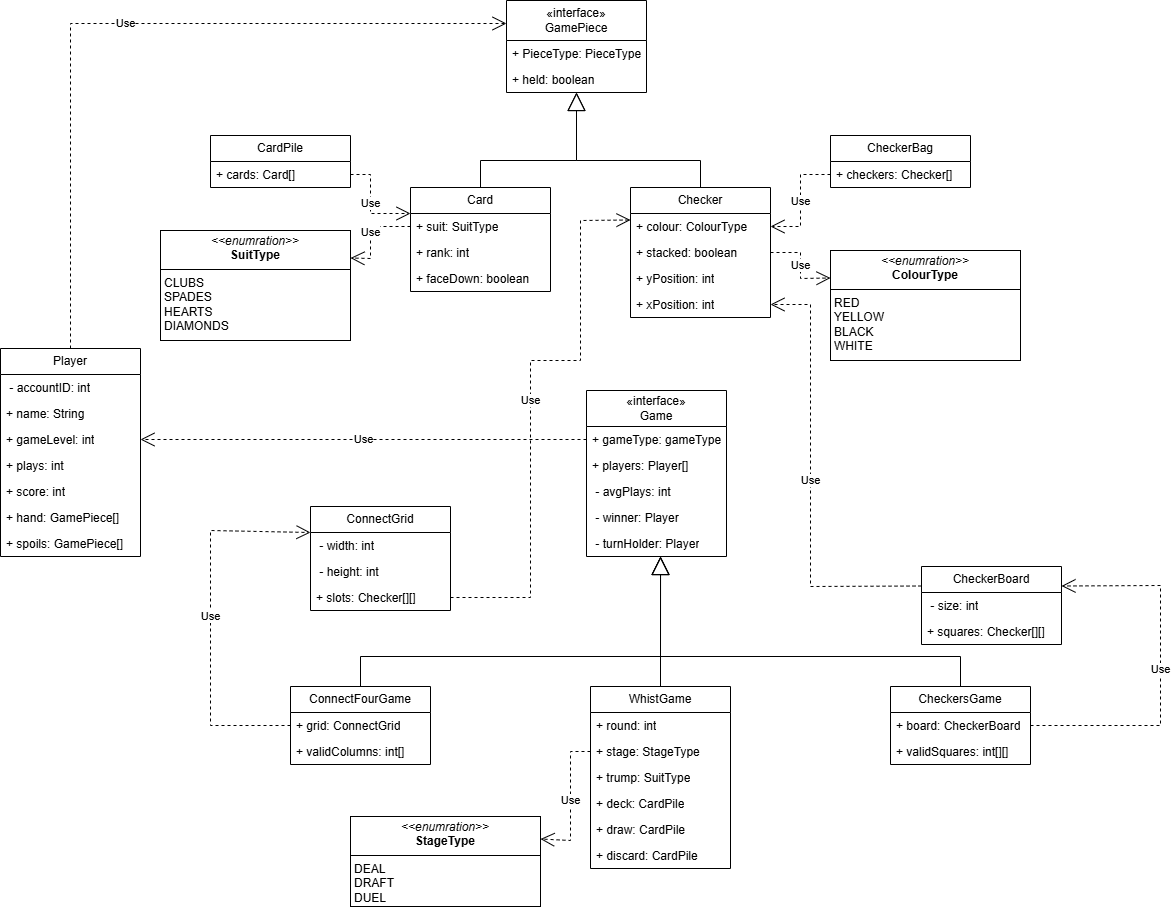
The draw.io diagram docs/diagrams/structure/class_diagram.drawio.png in ClementLuo299/OMGPlatformClient, before a commit. Source tidied: cells renumbered, new cells last; positions are measured from the earlier drawing's top-left corner, leaving out a move shared by most shapes.
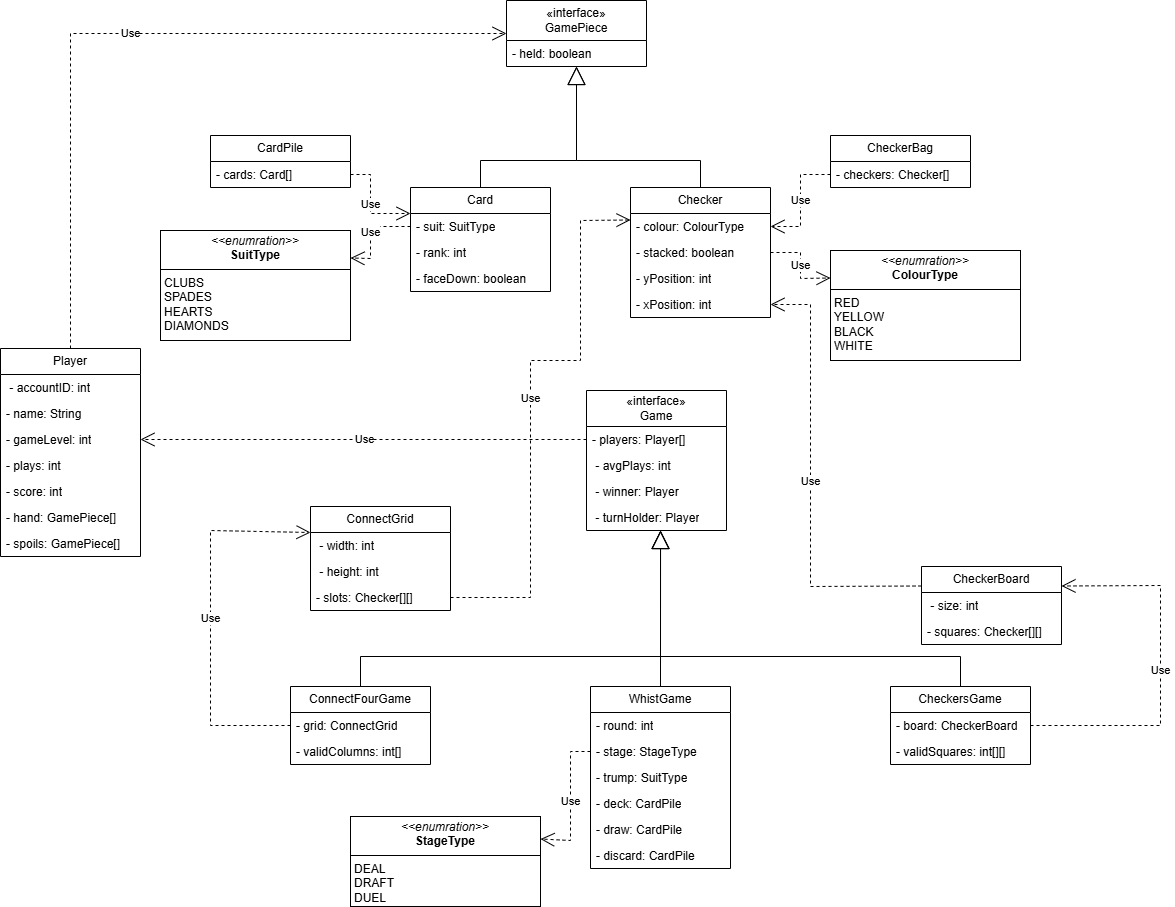
The same diagram one commit later.

Commit message:
Updated Class Structure diagram

Change to the diagram source:
```diff
@@ -5,9 +5,6 @@
     <mxCell id="2" value="&lt;div&gt;&lt;span style=&quot;background-color: transparent; color: light-dark(rgb(0, 0, 0), rgb(255, 255, 255));&quot;&gt;«interface»&lt;/span&gt;&lt;/div&gt;&lt;div&gt;&lt;span style=&quot;background-color: transparent; color: light-dark(rgb(0, 0, 0), rgb(255, 255, 255));&quot;&gt;GamePiece&lt;/span&gt;&lt;/div&gt;" style="swimlane;fontStyle=0;horizontal=1;startSize=40;fillColor=none;whiteSpace=wrap;html=1;" parent="1" vertex="1">
-      <mxGeometry x="506" width="140" height="92" as="geometry" />
+      <mxGeometry x="506" width="140" height="66" as="geometry" />
     </mxCell>
-    <mxCell id="3" value="+ PieceType: PieceType" style="text;strokeColor=none;fillColor=none;align=left;verticalAlign=top;spacingLeft=4;spacingRight=4;overflow=hidden;whiteSpace=wrap;html=1;" parent="2" vertex="1">
-      <mxGeometry y="40" width="140" height="26" as="geometry" />
-    </mxCell>
-    <mxCell id="4" value="+ held: boolean" style="text;strokeColor=none;fillColor=none;align=left;verticalAlign=top;spacingLeft=4;spacingRight=4;overflow=hidden;whiteSpace=wrap;html=1;" parent="2" vertex="1">
-      <mxGeometry y="66" width="140" height="26" as="geometry" />
+    <mxCell id="4" value=" - held: boolean" style="text;strokeColor=none;fillColor=none;align=left;verticalAlign=top;spacingLeft=4;spacingRight=4;overflow=hidden;whiteSpace=wrap;html=1;" parent="2" vertex="1">
+      <mxGeometry y="40" width="140" height="26" as="geometry" />
     </mxCell>
@@ -19,18 +16,18 @@
     </mxCell>
-    <mxCell id="7" value="+ name: String" style="text;strokeColor=none;fillColor=none;align=left;verticalAlign=top;spacingLeft=4;spacingRight=4;overflow=hidden;whiteSpace=wrap;html=1;" parent="5" vertex="1">
+    <mxCell id="7" value=" - name: String" style="text;strokeColor=none;fillColor=none;align=left;verticalAlign=top;spacingLeft=4;spacingRight=4;overflow=hidden;whiteSpace=wrap;html=1;" parent="5" vertex="1">
       <mxGeometry y="52" width="140" height="26" as="geometry" />
     </mxCell>
-    <mxCell id="8" value="+ gameLevel: int" style="text;strokeColor=none;fillColor=none;align=left;verticalAlign=top;spacingLeft=4;spacingRight=4;overflow=hidden;points=[[0,0.5],[1,0.5]];portConstraint=eastwest;whiteSpace=wrap;html=1;" parent="5" vertex="1">
+    <mxCell id="8" value=" - gameLevel: int" style="text;strokeColor=none;fillColor=none;align=left;verticalAlign=top;spacingLeft=4;spacingRight=4;overflow=hidden;points=[[0,0.5],[1,0.5]];portConstraint=eastwest;whiteSpace=wrap;html=1;" parent="5" vertex="1">
       <mxGeometry y="78" width="140" height="26" as="geometry" />
     </mxCell>
-    <mxCell id="9" value="+ plays: int" style="text;strokeColor=none;fillColor=none;align=left;verticalAlign=top;spacingLeft=4;spacingRight=4;overflow=hidden;whiteSpace=wrap;html=1;" parent="5" vertex="1">
+    <mxCell id="9" value=" - plays: int" style="text;strokeColor=none;fillColor=none;align=left;verticalAlign=top;spacingLeft=4;spacingRight=4;overflow=hidden;whiteSpace=wrap;html=1;" parent="5" vertex="1">
       <mxGeometry y="104" width="140" height="26" as="geometry" />
     </mxCell>
-    <mxCell id="10" value="+ score: int" style="text;strokeColor=none;fillColor=none;align=left;verticalAlign=top;spacingLeft=4;spacingRight=4;overflow=hidden;whiteSpace=wrap;html=1;" parent="5" vertex="1">
+    <mxCell id="10" value=" - score: int" style="text;strokeColor=none;fillColor=none;align=left;verticalAlign=top;spacingLeft=4;spacingRight=4;overflow=hidden;whiteSpace=wrap;html=1;" parent="5" vertex="1">
       <mxGeometry y="130" width="140" height="26" as="geometry" />
     </mxCell>
-    <mxCell id="11" value="+ hand: GamePiece[]" style="text;strokeColor=none;fillColor=none;align=left;verticalAlign=top;spacingLeft=4;spacingRight=4;overflow=hidden;whiteSpace=wrap;html=1;" parent="5" vertex="1">
+    <mxCell id="11" value=" - hand: GamePiece[]" style="text;strokeColor=none;fillColor=none;align=left;verticalAlign=top;spacingLeft=4;spacingRight=4;overflow=hidden;whiteSpace=wrap;html=1;" parent="5" vertex="1">
       <mxGeometry y="156" width="140" height="26" as="geometry" />
     </mxCell>
-    <mxCell id="12" value="+ spoils: GamePiece[]" style="text;strokeColor=none;fillColor=none;align=left;verticalAlign=top;spacingLeft=4;spacingRight=4;overflow=hidden;whiteSpace=wrap;html=1;" parent="5" vertex="1">
+    <mxCell id="12" value=" - spoils: GamePiece[]" style="text;strokeColor=none;fillColor=none;align=left;verticalAlign=top;spacingLeft=4;spacingRight=4;overflow=hidden;whiteSpace=wrap;html=1;" parent="5" vertex="1">
       <mxGeometry y="182" width="140" height="26" as="geometry" />
@@ -38,18 +35,15 @@
     <mxCell id="13" value="«interface»&lt;div&gt;Game&lt;/div&gt;" style="swimlane;fontStyle=0;horizontal=1;startSize=36;fillColor=none;whiteSpace=wrap;html=1;" parent="1" vertex="1">
-      <mxGeometry x="586" y="390" width="140" height="166" as="geometry" />
+      <mxGeometry x="586" y="390" width="140" height="140" as="geometry" />
     </mxCell>
-    <mxCell id="14" value="+ gameType: gameType" style="text;strokeColor=none;fillColor=none;align=left;verticalAlign=top;spacingLeft=4;spacingRight=4;overflow=hidden;points=[[0,0.5],[1,0.5]];portConstraint=eastwest;whiteSpace=wrap;html=1;" parent="13" vertex="1">
-      <mxGeometry y="36" width="140" height="26" as="geometry" />
-    </mxCell>
-    <mxCell id="15" value="+ players: Player[]" style="text;strokeColor=none;fillColor=none;align=left;verticalAlign=top;spacingLeft=4;spacingRight=4;overflow=hidden;whiteSpace=wrap;html=1;" parent="13" vertex="1">
-      <mxGeometry y="62" width="140" height="26" as="geometry" />
+    <mxCell id="15" value=" - players: Player[]" style="text;strokeColor=none;fillColor=none;align=left;verticalAlign=top;spacingLeft=4;spacingRight=4;overflow=hidden;whiteSpace=wrap;html=1;" parent="13" vertex="1">
+      <mxGeometry y="36" width="140" height="26" as="geometry" />
     </mxCell>
     <mxCell id="16" value="&amp;nbsp;- avgPlays: int" style="text;strokeColor=none;fillColor=none;align=left;verticalAlign=top;spacingLeft=4;spacingRight=4;overflow=hidden;whiteSpace=wrap;html=1;" parent="13" vertex="1">
-      <mxGeometry y="88" width="140" height="26" as="geometry" />
+      <mxGeometry y="62" width="140" height="26" as="geometry" />
     </mxCell>
     <mxCell id="17" value="&amp;nbsp;- winner: Player" style="text;strokeColor=none;fillColor=none;align=left;verticalAlign=top;spacingLeft=4;spacingRight=4;overflow=hidden;whiteSpace=wrap;html=1;" parent="13" vertex="1">
-      <mxGeometry y="114" width="140" height="26" as="geometry" />
+      <mxGeometry y="88" width="140" height="26" as="geometry" />
     </mxCell>
     <mxCell id="18" value="&amp;nbsp;- turnHolder: Player" style="text;strokeColor=none;fillColor=none;align=left;verticalAlign=top;spacingLeft=4;spacingRight=4;overflow=hidden;points=[[0,0.5],[1,0.5]];portConstraint=eastwest;whiteSpace=wrap;html=1;" parent="13" vertex="1">
-      <mxGeometry y="140" width="140" height="26" as="geometry" />
+      <mxGeometry y="114" width="140" height="26" as="geometry" />
     </mxCell>
@@ -61,12 +55,12 @@
     </mxCell>
-    <mxCell id="21" value="+ colour: ColourType" style="text;strokeColor=none;fillColor=none;align=left;verticalAlign=top;spacingLeft=4;spacingRight=4;overflow=hidden;whiteSpace=wrap;html=1;" parent="20" vertex="1">
+    <mxCell id="21" value=" - colour: ColourType" style="text;strokeColor=none;fillColor=none;align=left;verticalAlign=top;spacingLeft=4;spacingRight=4;overflow=hidden;whiteSpace=wrap;html=1;" parent="20" vertex="1">
       <mxGeometry y="26" width="140" height="26" as="geometry" />
     </mxCell>
-    <mxCell id="22" value="+ stacked: boolean" style="text;strokeColor=none;fillColor=none;align=left;verticalAlign=top;spacingLeft=4;spacingRight=4;overflow=hidden;points=[[0,0.5],[1,0.5]];portConstraint=eastwest;whiteSpace=wrap;html=1;" parent="20" vertex="1">
+    <mxCell id="22" value=" - stacked: boolean" style="text;strokeColor=none;fillColor=none;align=left;verticalAlign=top;spacingLeft=4;spacingRight=4;overflow=hidden;points=[[0,0.5],[1,0.5]];portConstraint=eastwest;whiteSpace=wrap;html=1;" parent="20" vertex="1">
       <mxGeometry y="52" width="140" height="26" as="geometry" />
     </mxCell>
-    <mxCell id="23" value="+ yPosition: int" style="text;strokeColor=none;fillColor=none;align=left;verticalAlign=top;spacingLeft=4;spacingRight=4;overflow=hidden;whiteSpace=wrap;html=1;" parent="20" vertex="1">
+    <mxCell id="23" value=" - yPosition: int" style="text;strokeColor=none;fillColor=none;align=left;verticalAlign=top;spacingLeft=4;spacingRight=4;overflow=hidden;whiteSpace=wrap;html=1;" parent="20" vertex="1">
       <mxGeometry y="78" width="140" height="26" as="geometry" />
     </mxCell>
-    <mxCell id="24" value="+ xPosition: int" style="text;strokeColor=none;fillColor=none;align=left;verticalAlign=top;spacingLeft=4;spacingRight=4;overflow=hidden;points=[[0,0.5],[1,0.5]];portConstraint=eastwest;whiteSpace=wrap;html=1;" parent="20" vertex="1">
+    <mxCell id="24" value=" - xPosition: int" style="text;strokeColor=none;fillColor=none;align=left;verticalAlign=top;spacingLeft=4;spacingRight=4;overflow=hidden;points=[[0,0.5],[1,0.5]];portConstraint=eastwest;whiteSpace=wrap;html=1;" parent="20" vertex="1">
       <mxGeometry y="104" width="140" height="26" as="geometry" />
@@ -84,3 +78,3 @@
     </mxCell>
-    <mxCell id="27" value="+ checkers: Checker[]" style="text;strokeColor=none;fillColor=none;align=left;verticalAlign=top;spacingLeft=4;spacingRight=4;overflow=hidden;points=[[0,0.5],[1,0.5]];portConstraint=eastwest;whiteSpace=wrap;html=1;" parent="26" vertex="1">
+    <mxCell id="27" value=" - checkers: Checker[]" style="text;strokeColor=none;fillColor=none;align=left;verticalAlign=top;spacingLeft=4;spacingRight=4;overflow=hidden;points=[[0,0.5],[1,0.5]];portConstraint=eastwest;whiteSpace=wrap;html=1;" parent="26" vertex="1">
       <mxGeometry y="26" width="140" height="26" as="geometry" />
@@ -93,9 +87,9 @@
     </mxCell>
-    <mxCell id="30" value="+ suit: SuitType" style="text;strokeColor=none;fillColor=none;align=left;verticalAlign=top;spacingLeft=4;spacingRight=4;overflow=hidden;points=[[0,0.5],[1,0.5]];portConstraint=eastwest;whiteSpace=wrap;html=1;" parent="29" vertex="1">
+    <mxCell id="30" value=" - suit: SuitType" style="text;strokeColor=none;fillColor=none;align=left;verticalAlign=top;spacingLeft=4;spacingRight=4;overflow=hidden;points=[[0,0.5],[1,0.5]];portConstraint=eastwest;whiteSpace=wrap;html=1;" parent="29" vertex="1">
       <mxGeometry y="26" width="140" height="26" as="geometry" />
     </mxCell>
-    <mxCell id="31" value="+ rank: int" style="text;strokeColor=none;fillColor=none;align=left;verticalAlign=top;spacingLeft=4;spacingRight=4;overflow=hidden;whiteSpace=wrap;html=1;" parent="29" vertex="1">
+    <mxCell id="31" value=" - rank: int" style="text;strokeColor=none;fillColor=none;align=left;verticalAlign=top;spacingLeft=4;spacingRight=4;overflow=hidden;whiteSpace=wrap;html=1;" parent="29" vertex="1">
       <mxGeometry y="52" width="140" height="26" as="geometry" />
     </mxCell>
-    <mxCell id="32" value="+ faceDown: boolean" style="text;strokeColor=none;fillColor=none;align=left;verticalAlign=top;spacingLeft=4;spacingRight=4;overflow=hidden;whiteSpace=wrap;html=1;" parent="29" vertex="1">
+    <mxCell id="32" value=" - faceDown: boolean" style="text;strokeColor=none;fillColor=none;align=left;verticalAlign=top;spacingLeft=4;spacingRight=4;overflow=hidden;whiteSpace=wrap;html=1;" parent="29" vertex="1">
       <mxGeometry y="78" width="140" height="26" as="geometry" />
@@ -113,3 +107,3 @@
     </mxCell>
-    <mxCell id="35" value="+ cards: Card[]" style="text;strokeColor=none;fillColor=none;align=left;verticalAlign=top;spacingLeft=4;spacingRight=4;overflow=hidden;whiteSpace=wrap;html=1;" parent="34" vertex="1">
+    <mxCell id="35" value=" - cards: Card[]" style="text;strokeColor=none;fillColor=none;align=left;verticalAlign=top;spacingLeft=4;spacingRight=4;overflow=hidden;whiteSpace=wrap;html=1;" parent="34" vertex="1">
       <mxGeometry y="26" width="140" height="26" as="geometry" />
@@ -125,3 +119,3 @@
     </mxCell>
-    <mxCell id="39" value="+ slots: Checker[][]" style="text;strokeColor=none;fillColor=none;align=left;verticalAlign=top;spacingLeft=4;spacingRight=4;overflow=hidden;points=[[0,0.5],[1,0.5]];portConstraint=eastwest;whiteSpace=wrap;html=1;" parent="36" vertex="1">
+    <mxCell id="39" value=" - slots: Checker[][]" style="text;strokeColor=none;fillColor=none;align=left;verticalAlign=top;spacingLeft=4;spacingRight=4;overflow=hidden;points=[[0,0.5],[1,0.5]];portConstraint=eastwest;whiteSpace=wrap;html=1;" parent="36" vertex="1">
       <mxGeometry y="78" width="140" height="26" as="geometry" />
@@ -131,6 +125,6 @@
     </mxCell>
-    <mxCell id="41" value="+ grid: ConnectGrid" style="text;strokeColor=none;fillColor=none;align=left;verticalAlign=top;spacingLeft=4;spacingRight=4;overflow=hidden;points=[[0,0.5],[1,0.5]];portConstraint=eastwest;whiteSpace=wrap;html=1;" parent="40" vertex="1">
+    <mxCell id="41" value=" - grid: ConnectGrid" style="text;strokeColor=none;fillColor=none;align=left;verticalAlign=top;spacingLeft=4;spacingRight=4;overflow=hidden;points=[[0,0.5],[1,0.5]];portConstraint=eastwest;whiteSpace=wrap;html=1;" parent="40" vertex="1">
       <mxGeometry y="26" width="140" height="26" as="geometry" />
     </mxCell>
-    <mxCell id="42" value="+ validColumns: int[]" style="text;strokeColor=none;fillColor=none;align=left;verticalAlign=top;spacingLeft=4;spacingRight=4;overflow=hidden;whiteSpace=wrap;html=1;" parent="40" vertex="1">
+    <mxCell id="42" value=" - validColumns: int[]" style="text;strokeColor=none;fillColor=none;align=left;verticalAlign=top;spacingLeft=4;spacingRight=4;overflow=hidden;whiteSpace=wrap;html=1;" parent="40" vertex="1">
       <mxGeometry y="52" width="140" height="26" as="geometry" />
@@ -151,3 +145,3 @@
     </mxCell>
-    <mxCell id="46" value="+ squares: Checker[][]" style="text;strokeColor=none;fillColor=none;align=left;verticalAlign=top;spacingLeft=4;spacingRight=4;overflow=hidden;whiteSpace=wrap;html=1;" parent="44" vertex="1">
+    <mxCell id="46" value=" - squares: Checker[][]" style="text;strokeColor=none;fillColor=none;align=left;verticalAlign=top;spacingLeft=4;spacingRight=4;overflow=hidden;whiteSpace=wrap;html=1;" parent="44" vertex="1">
       <mxGeometry y="52" width="140" height="26" as="geometry" />
@@ -157,6 +151,6 @@
     </mxCell>
-    <mxCell id="48" value="+ board: CheckerBoard" style="text;strokeColor=none;fillColor=none;align=left;verticalAlign=top;spacingLeft=4;spacingRight=4;overflow=hidden;points=[[0,0.5],[1,0.5]];portConstraint=eastwest;whiteSpace=wrap;html=1;" parent="47" vertex="1">
+    <mxCell id="48" value=" - board: CheckerBoard" style="text;strokeColor=none;fillColor=none;align=left;verticalAlign=top;spacingLeft=4;spacingRight=4;overflow=hidden;points=[[0,0.5],[1,0.5]];portConstraint=eastwest;whiteSpace=wrap;html=1;" parent="47" vertex="1">
       <mxGeometry y="26" width="140" height="26" as="geometry" />
     </mxCell>
-    <mxCell id="49" value="+ validSquares: int[][]" style="text;strokeColor=none;fillColor=none;align=left;verticalAlign=top;spacingLeft=4;spacingRight=4;overflow=hidden;whiteSpace=wrap;html=1;" parent="47" vertex="1">
+    <mxCell id="49" value=" - validSquares: int[][]" style="text;strokeColor=none;fillColor=none;align=left;verticalAlign=top;spacingLeft=4;spacingRight=4;overflow=hidden;whiteSpace=wrap;html=1;" parent="47" vertex="1">
       <mxGeometry y="52" width="140" height="26" as="geometry" />
@@ -165,3 +159,3 @@
       <mxGeometry relative="1" as="geometry">
-        <mxPoint x="660" y="556" as="targetPoint" />
+        <mxPoint x="660" y="530" as="targetPoint" />
         <Array as="points">
@@ -175,18 +169,18 @@
     </mxCell>
-    <mxCell id="52" value="+ round: int" style="text;strokeColor=none;fillColor=none;align=left;verticalAlign=top;spacingLeft=4;spacingRight=4;overflow=hidden;whiteSpace=wrap;html=1;" parent="51" vertex="1">
+    <mxCell id="52" value=" - round: int" style="text;strokeColor=none;fillColor=none;align=left;verticalAlign=top;spacingLeft=4;spacingRight=4;overflow=hidden;whiteSpace=wrap;html=1;" parent="51" vertex="1">
       <mxGeometry y="26" width="140" height="26" as="geometry" />
     </mxCell>
-    <mxCell id="53" value="+ stage: StageType" style="text;strokeColor=none;fillColor=none;align=left;verticalAlign=top;spacingLeft=4;spacingRight=4;overflow=hidden;points=[[0,0.5],[1,0.5]];portConstraint=eastwest;whiteSpace=wrap;html=1;" parent="51" vertex="1">
+    <mxCell id="53" value=" - stage: StageType" style="text;strokeColor=none;fillColor=none;align=left;verticalAlign=top;spacingLeft=4;spacingRight=4;overflow=hidden;points=[[0,0.5],[1,0.5]];portConstraint=eastwest;whiteSpace=wrap;html=1;" parent="51" vertex="1">
       <mxGeometry y="52" width="140" height="26" as="geometry" />
     </mxCell>
-    <mxCell id="54" value="+ trump: SuitType" style="text;strokeColor=none;fillColor=none;align=left;verticalAlign=top;spacingLeft=4;spacingRight=4;overflow=hidden;whiteSpace=wrap;html=1;" parent="51" vertex="1">
+    <mxCell id="54" value=" - trump: SuitType" style="text;strokeColor=none;fillColor=none;align=left;verticalAlign=top;spacingLeft=4;spacingRight=4;overflow=hidden;whiteSpace=wrap;html=1;" parent="51" vertex="1">
       <mxGeometry y="78" width="140" height="26" as="geometry" />
     </mxCell>
-    <mxCell id="55" value="+ deck: CardPile" style="text;strokeColor=none;fillColor=none;align=left;verticalAlign=top;spacingLeft=4;spacingRight=4;overflow=hidden;whiteSpace=wrap;html=1;" parent="51" vertex="1">
+    <mxCell id="55" value=" - deck: CardPile" style="text;strokeColor=none;fillColor=none;align=left;verticalAlign=top;spacingLeft=4;spacingRight=4;overflow=hidden;whiteSpace=wrap;html=1;" parent="51" vertex="1">
       <mxGeometry y="104" width="140" height="26" as="geometry" />
     </mxCell>
-    <mxCell id="56" value="+ draw: CardPile" style="text;strokeColor=none;fillColor=none;align=left;verticalAlign=top;spacingLeft=4;spacingRight=4;overflow=hidden;whiteSpace=wrap;html=1;" parent="51" vertex="1">
+    <mxCell id="56" value=" - draw: CardPile" style="text;strokeColor=none;fillColor=none;align=left;verticalAlign=top;spacingLeft=4;spacingRight=4;overflow=hidden;whiteSpace=wrap;html=1;" parent="51" vertex="1">
       <mxGeometry y="130" width="140" height="26" as="geometry" />
     </mxCell>
-    <mxCell id="57" value="+ discard: CardPile" style="text;strokeColor=none;fillColor=none;align=left;verticalAlign=top;spacingLeft=4;spacingRight=4;overflow=hidden;whiteSpace=wrap;html=1;" parent="51" vertex="1">
+    <mxCell id="57" value=" - discard: CardPile" style="text;strokeColor=none;fillColor=none;align=left;verticalAlign=top;spacingLeft=4;spacingRight=4;overflow=hidden;whiteSpace=wrap;html=1;" parent="51" vertex="1">
       <mxGeometry y="156" width="140" height="26" as="geometry" />
@@ -195,3 +189,3 @@
       <mxGeometry relative="1" as="geometry">
-        <mxPoint x="660" y="556" as="targetPoint" />
+        <mxPoint x="660" y="530" as="targetPoint" />
       </mxGeometry>
@@ -278,6 +272,6 @@
     </mxCell>
-    <mxCell id="69" value="Use" style="endArrow=open;endSize=12;dashed=1;html=1;rounded=0;exitX=0.5;exitY=0;exitDx=0;exitDy=0;entryX=0;entryY=0.25;entryDx=0;entryDy=0;" parent="1" edge="1" source="5" target="2">
+    <mxCell id="69" value="Use" style="endArrow=open;endSize=12;dashed=1;html=1;rounded=0;exitX=0.5;exitY=0;exitDx=0;exitDy=0;entryX=0;entryY=0.5;entryDx=0;entryDy=0;" parent="1" edge="1" source="5" target="2">
       <mxGeometry relative="1" as="geometry">
         <Array as="points">
-          <mxPoint x="70" y="23" />
+          <mxPoint x="70" y="33" />
         </Array>
@@ -285,4 +279,6 @@
     </mxCell>
-    <mxCell id="70" value="Use" style="endArrow=open;endSize=12;dashed=1;html=1;rounded=0;exitX=0;exitY=0.5;exitDx=0;exitDy=0;entryX=1;entryY=0.5;entryDx=0;entryDy=0;" parent="1" edge="1" source="14" target="8">
-      <mxGeometry relative="1" as="geometry" />
+    <mxCell id="70" value="Use" style="endArrow=open;endSize=12;dashed=1;html=1;rounded=0;exitX=0;exitY=0.5;exitDx=0;exitDy=0;entryX=1;entryY=0.5;entryDx=0;entryDy=0;" parent="1" edge="1" target="8">
+      <mxGeometry relative="1" as="geometry">
+        <mxPoint x="586" y="439" as="sourcePoint" />
+      </mxGeometry>
     </mxCell>
```
